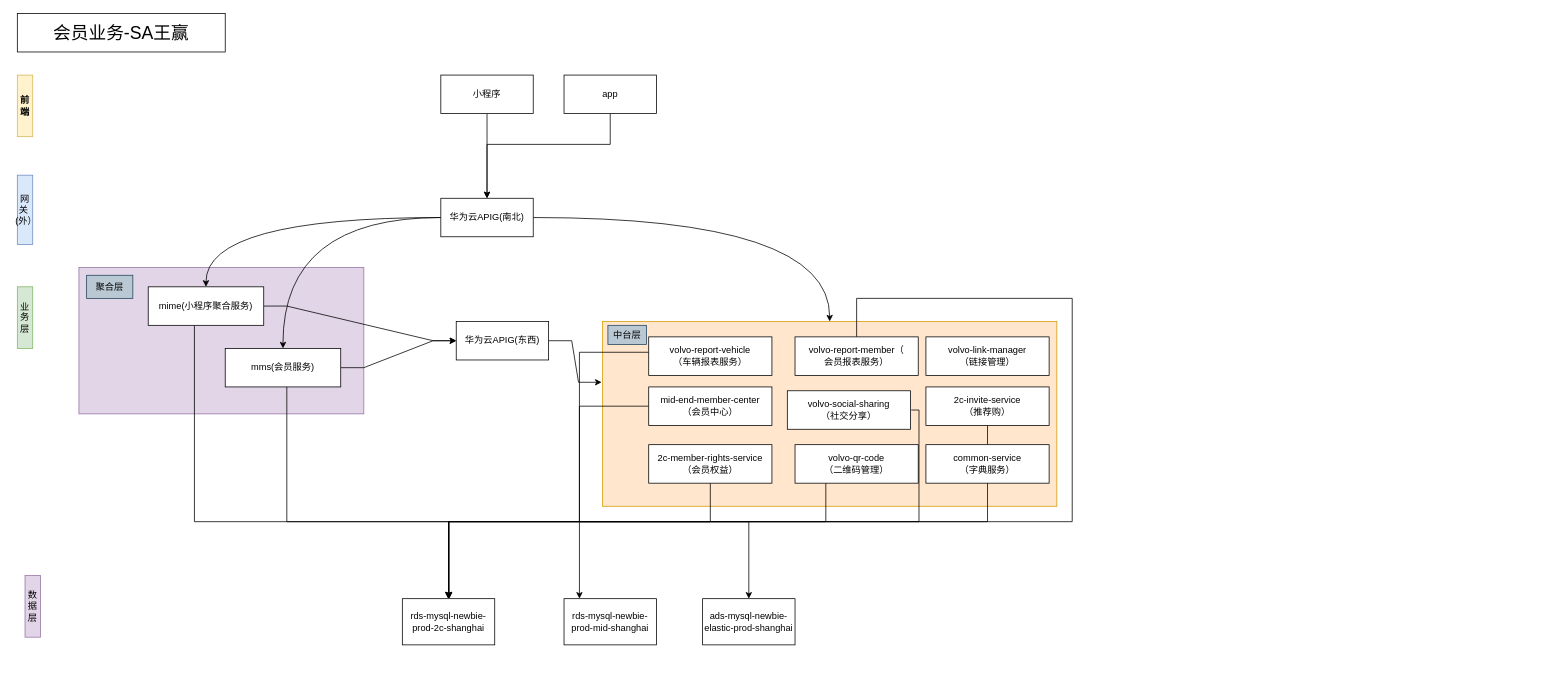
This is 会员业务架构.drawio from 463024907/draw.io, a draw.io file, before an edit. Source tidied: cells renumbered, new cells numbered last; positions are measured from the earlier drawing's top-left corner, leaving out a move shared by most shapes. Both pictures are drawn from the tidied source at 77%, with x=0, y=0 at pixel (17, 13).
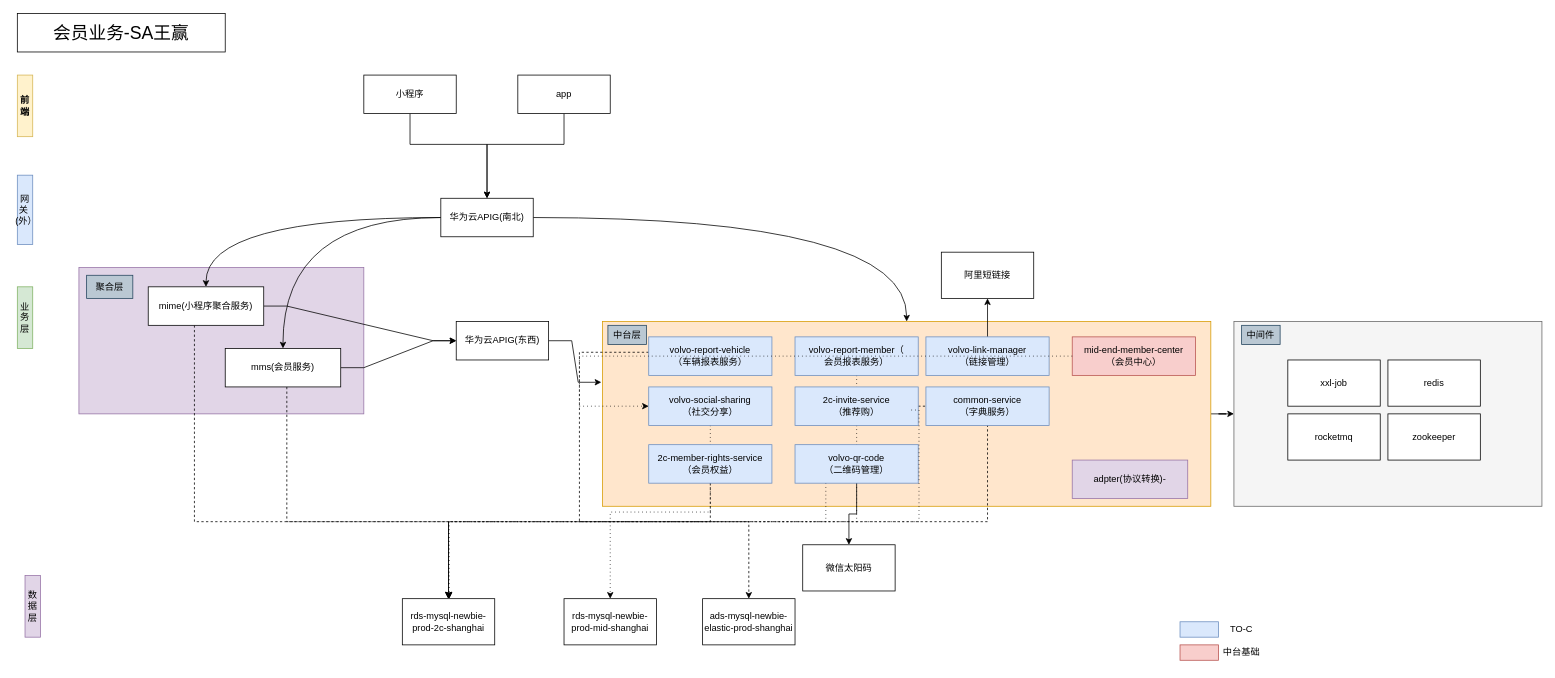
Above is the later version.

Commit message:
Update 会员业务架构.drawio

Unchanged cells that the change refers to:
```xml
<mxCell id="8" value="华为云APIG(南北)" style="rounded=0;whiteSpace=wrap;html=1;" parent="1" vertex="1">
  <mxGeometry x="550" y="240" width="120" height="50" as="geometry" />
</mxCell>
<mxCell id="14" value="mime(小程序聚合服务)" style="rounded=0;whiteSpace=wrap;html=1;" parent="1" vertex="1">
  <mxGeometry x="170" y="355" width="150" height="50" as="geometry" />
</mxCell>
<mxCell id="24" value="mms(会员服务)" style="rounded=0;whiteSpace=wrap;html=1;" parent="1" vertex="1">
  <mxGeometry x="270" y="435" width="150" height="50" as="geometry" />
</mxCell>
<mxCell id="25" value="rds-mysql-newbie-prod-2c-shanghai" style="rounded=0;whiteSpace=wrap;html=1;" parent="1" vertex="1">
  <mxGeometry x="500" y="760" width="120" height="60" as="geometry" />
</mxCell>
<mxCell id="41" value="rds-mysql-newbie-prod-mid-shanghai" style="rounded=0;whiteSpace=wrap;html=1;" parent="1" vertex="1">
  <mxGeometry x="710" y="760" width="120" height="60" as="geometry" />
</mxCell>
<mxCell id="42" value="ads-mysql-newbie-elastic-prod-shanghai" style="rounded=0;whiteSpace=wrap;html=1;" parent="1" vertex="1">
  <mxGeometry x="890" y="760" width="120" height="60" as="geometry" />
</mxCell>
```

Change to the diagram source:
```diff
@@
+    <mxCell id="46" style="rounded=0;whiteSpace=wrap;html=1;fillColor=#f5f5f5;strokeColor=#666666;fontColor=#333333;" parent="1" vertex="1">
+      <mxGeometry x="1580" y="400" width="400" height="240" as="geometry" />
+    </mxCell>
@@
+    <mxCell id="47" style="edgeStyle=orthogonalEdgeStyle;rounded=0;jettySize=auto;html=1;entryX=0;entryY=0.5;entryDx=0;entryDy=0;" parent="1" edge="1" source="3" target="46">
+      <mxGeometry relative="1" as="geometry" />
+    </mxCell>
     <mxCell id="3" style="rounded=0;whiteSpace=wrap;html=1;fillColor=#ffe6cc;strokeColor=#d79b00;" parent="1" vertex="1">
-      <mxGeometry x="760" y="400" width="590" height="240" as="geometry" />
+      <mxGeometry x="760" y="400" width="790" height="240" as="geometry" />
     </mxCell>
@@
-    <mxCell id="13" style="edgeStyle=orthogonalEdgeStyle;rounded=0;jettySize=auto;html=1;" parent="1" edge="1" source="14" target="25">
+    <mxCell id="13" style="edgeStyle=orthogonalEdgeStyle;rounded=0;jettySize=auto;html=1;dashed=1;" parent="1" edge="1" source="14" target="25">
       <mxGeometry relative="1" as="geometry">
         <Array as="points">
           <mxPoint x="230" y="660" />
           <mxPoint x="560" y="660" />
         </Array>
       </mxGeometry>
     </mxCell>
@@
     <mxCell id="15" style="edgeStyle=orthogonalEdgeStyle;rounded=0;jettySize=auto;html=1;" parent="1" edge="1" source="16" target="8">
-      <mxGeometry relative="1" as="geometry" />
+      <mxGeometry relative="1" as="geometry">
+        <Array as="points">
+          <mxPoint x="510" y="170" />
+          <mxPoint x="610" y="170" />
+        </Array>
+      </mxGeometry>
     </mxCell>
     <mxCell id="16" value="小程序" style="rounded=0;whiteSpace=wrap;html=1;" parent="1" vertex="1">
-      <mxGeometry x="550" y="80" width="120" height="50" as="geometry" />
+      <mxGeometry x="450" y="80" width="120" height="50" as="geometry" />
     </mxCell>
-    <mxCell id="17" style="edgeStyle=orthogonalEdgeStyle;rounded=0;jettySize=auto;html=1;entryX=0.5;entryY=0;entryDx=0;entryDy=0;" parent="1" edge="1" target="42">
+    <mxCell id="17" style="edgeStyle=orthogonalEdgeStyle;rounded=0;jettySize=auto;html=1;entryX=0.5;entryY=0;entryDx=0;entryDy=0;dashed=1;" parent="1" edge="1" target="42">
       <mxGeometry relative="1" as="geometry">
         <mxPoint x="820" y="440" as="sourcePoint" />
         <Array as="points">
           <mxPoint x="730" y="440" />
           <mxPoint x="730" y="660" />
           <mxPoint x="950" y="660" />
         </Array>
       </mxGeometry>
     </mxCell>
-    <mxCell id="18" value="volvo-report-vehicle&lt;br&gt;（车辆报表服务）" style="rounded=0;whiteSpace=wrap;html=1;" parent="1" vertex="1">
+    <mxCell id="18" value="volvo-report-vehicle&lt;br&gt;（车辆报表服务）" style="rounded=0;whiteSpace=wrap;html=1;fillColor=#dae8fc;strokeColor=#6c8ebf;" parent="1" vertex="1">
       <mxGeometry x="820" y="420" width="160" height="50" as="geometry" />
     </mxCell>
@@
-    <mxCell id="20" style="edgeStyle=orthogonalEdgeStyle;rounded=0;jettySize=auto;html=1;" parent="1" edge="1" source="21" target="25">
+    <mxCell id="20" style="edgeStyle=orthogonalEdgeStyle;rounded=0;jettySize=auto;html=1;dashed=1;dashPattern=1 4;" parent="1" edge="1" source="21" target="25">
       <mxGeometry relative="1" as="geometry">
         <Array as="points">
-          <mxPoint x="1090" y="370" />
-          <mxPoint x="1370" y="370" />
-          <mxPoint x="1370" y="660" />
+          <mxPoint x="1090" y="660" />
           <mxPoint x="560" y="660" />
         </Array>
       </mxGeometry>
     </mxCell>
-    <mxCell id="21" value="volvo-report-member（&lt;br&gt;会员报表服务）" style="rounded=0;whiteSpace=wrap;html=1;" parent="1" vertex="1">
+    <mxCell id="21" value="volvo-report-member（&lt;br&gt;会员报表服务）" style="rounded=0;whiteSpace=wrap;html=1;fillColor=#dae8fc;strokeColor=#6c8ebf;" parent="1" vertex="1">
       <mxGeometry x="1010" y="420" width="160" height="50" as="geometry" />
     </mxCell>
-    <mxCell id="22" style="edgeStyle=orthogonalEdgeStyle;rounded=0;jettySize=auto;html=1;" parent="1" edge="1" source="24" target="25">
+    <mxCell id="22" style="edgeStyle=orthogonalEdgeStyle;rounded=0;jettySize=auto;html=1;dashed=1;" parent="1" edge="1" source="24" target="25">
       <mxGeometry relative="1" as="geometry">
         <Array as="points">
           <mxPoint x="350" y="660" />
           <mxPoint x="560" y="660" />
         </Array>
       </mxGeometry>
     </mxCell>
@@
-    <mxCell id="26" style="edgeStyle=orthogonalEdgeStyle;rounded=0;jettySize=auto;html=1;" parent="1" edge="1" source="27" target="41">
-      <mxGeometry relative="1" as="geometry">
-        <Array as="points">
-          <mxPoint x="730" y="510" />
-        </Array>
-      </mxGeometry>
+    <mxCell id="26" style="edgeStyle=orthogonalEdgeStyle;rounded=0;jettySize=auto;html=1;dashed=1;dashPattern=1 4;" parent="1" edge="1" source="39" target="41">
+      <mxGeometry relative="1" as="geometry" />
     </mxCell>
-    <mxCell id="27" value="mid-end-member-center&lt;br&gt;（会员中心）" style="rounded=0;whiteSpace=wrap;html=1;" parent="1" vertex="1">
-      <mxGeometry x="820" y="485" width="160" height="50" as="geometry" />
+    <mxCell id="27" value="mid-end-member-center&lt;br&gt;（会员中心）" style="rounded=0;whiteSpace=wrap;html=1;fillColor=#f8cecc;strokeColor=#b85450;" parent="1" vertex="1">
+      <mxGeometry x="1370" y="420" width="160" height="50" as="geometry" />
     </mxCell>
@@
-    <mxCell id="31" style="edgeStyle=orthogonalEdgeStyle;rounded=0;jettySize=auto;html=1;entryX=0.5;entryY=0;entryDx=0;entryDy=0;" parent="1" edge="1" source="32" target="25">
+    <mxCell id="31" style="edgeStyle=orthogonalEdgeStyle;rounded=0;jettySize=auto;html=1;entryX=0.5;entryY=0;entryDx=0;entryDy=0;dashed=1;dashPattern=1 4;" parent="1" edge="1" source="32" target="25">
       <mxGeometry relative="1" as="geometry">
         <Array as="points">
           <mxPoint x="1050" y="660" />
           <mxPoint x="560" y="660" />
         </Array>
       </mxGeometry>
     </mxCell>
+    <mxCell id="48" style="edgeStyle=orthogonalEdgeStyle;rounded=0;jettySize=auto;html=1;" parent="1" edge="1" source="32" target="51">
+      <mxGeometry relative="1" as="geometry" />
+    </mxCell>
-    <mxCell id="32" value="volvo-qr-code&lt;br&gt;（二维码管理）" style="rounded=0;whiteSpace=wrap;html=1;" parent="1" vertex="1">
+    <mxCell id="32" value="volvo-qr-code&lt;br&gt;（二维码管理）" style="rounded=0;whiteSpace=wrap;html=1;fillColor=#dae8fc;strokeColor=#6c8ebf;" parent="1" vertex="1">
       <mxGeometry x="1010" y="560" width="160" height="50" as="geometry" />
     </mxCell>
+    <mxCell id="49" style="edgeStyle=orthogonalEdgeStyle;rounded=0;jettySize=auto;html=1;" parent="1" edge="1" source="33" target="52">
+      <mxGeometry relative="1" as="geometry" />
+    </mxCell>
-    <mxCell id="33" value="volvo-link-manager&lt;br&gt;（链接管理）" style="rounded=0;whiteSpace=wrap;html=1;" parent="1" vertex="1">
+    <mxCell id="33" value="volvo-link-manager&lt;br&gt;（链接管理）" style="rounded=0;whiteSpace=wrap;html=1;fillColor=#dae8fc;strokeColor=#6c8ebf;" parent="1" vertex="1">
       <mxGeometry x="1180" y="420" width="160" height="50" as="geometry" />
     </mxCell>
-    <mxCell id="34" style="edgeStyle=orthogonalEdgeStyle;rounded=0;jettySize=auto;html=1;" parent="1" edge="1" source="35" target="25">
+    <mxCell id="34" style="edgeStyle=orthogonalEdgeStyle;rounded=0;jettySize=auto;html=1;dashed=1;" parent="1" edge="1" source="35" target="25">
       <mxGeometry relative="1" as="geometry">
         <Array as="points">
           <mxPoint x="1260" y="660" />
           <mxPoint x="560" y="660" />
         </Array>
       </mxGeometry>
     </mxCell>
-    <mxCell id="35" value="2c-invite-service&lt;br&gt;（推荐购）" style="rounded=0;whiteSpace=wrap;html=1;" parent="1" vertex="1">
-      <mxGeometry x="1180" y="485" width="160" height="50" as="geometry" />
+    <mxCell id="35" value="2c-invite-service&lt;br&gt;（推荐购）" style="rounded=0;whiteSpace=wrap;html=1;fillColor=#dae8fc;strokeColor=#6c8ebf;" parent="1" vertex="1">
+      <mxGeometry x="1010" y="485" width="160" height="50" as="geometry" />
     </mxCell>
-    <mxCell id="36" style="edgeStyle=orthogonalEdgeStyle;rounded=0;jettySize=auto;html=1;" parent="1" edge="1" source="37" target="25">
+    <mxCell id="36" style="edgeStyle=orthogonalEdgeStyle;rounded=0;jettySize=auto;html=1;dashed=1;" parent="1" edge="1" source="37" target="25">
       <mxGeometry relative="1" as="geometry">
         <Array as="points">
           <mxPoint x="900" y="660" />
           <mxPoint x="560" y="660" />
         </Array>
       </mxGeometry>
     </mxCell>
-    <mxCell id="37" value="2c-member-rights-service（会员权益）" style="rounded=0;whiteSpace=wrap;html=1;" parent="1" vertex="1">
+    <mxCell id="37" value="2c-member-rights-service（会员权益）" style="rounded=0;whiteSpace=wrap;html=1;fillColor=#dae8fc;strokeColor=#6c8ebf;" parent="1" vertex="1">
       <mxGeometry x="820" y="560" width="160" height="50" as="geometry" />
     </mxCell>
-    <mxCell id="38" style="edgeStyle=orthogonalEdgeStyle;rounded=0;orthogonalLoop=1;jettySize=auto;html=1;" parent="1" edge="1">
+    <mxCell id="38" style="edgeStyle=orthogonalEdgeStyle;rounded=0;orthogonalLoop=1;jettySize=auto;html=1;dashed=1;dashPattern=1 4;" parent="1" edge="1">
       <mxGeometry relative="1" as="geometry">
         <mxPoint x="1161" y="515" as="sourcePoint" />
         <mxPoint x="561" y="760" as="targetPoint" />
         <Array as="points">
           <mxPoint x="1171" y="515" />
           <mxPoint x="1171" y="660" />
           <mxPoint x="561" y="660" />
         </Array>
       </mxGeometry>
     </mxCell>
-    <mxCell id="39" value="volvo-social-sharing&lt;br&gt;（社交分享）" style="rounded=0;whiteSpace=wrap;html=1;" parent="1" vertex="1">
-      <mxGeometry x="1000" y="490" width="160" height="50" as="geometry" />
-    </mxCell>
-    <mxCell id="40" value="common-service&lt;br&gt;（字典服务）" style="rounded=0;whiteSpace=wrap;html=1;" parent="1" vertex="1">
-      <mxGeometry x="1180" y="560" width="160" height="50" as="geometry" />
+    <mxCell id="40" value="common-service&lt;br&gt;（字典服务）" style="rounded=0;whiteSpace=wrap;html=1;fillColor=#dae8fc;strokeColor=#6c8ebf;" parent="1" vertex="1">
+      <mxGeometry x="1180" y="485" width="160" height="50" as="geometry" />
     </mxCell>
@@
     <mxCell id="44" style="edgeStyle=orthogonalEdgeStyle;rounded=0;jettySize=auto;html=1;entryX=0.5;entryY=0;entryDx=0;entryDy=0;" parent="1" edge="1" source="45" target="8">
       <mxGeometry relative="1" as="geometry">
         <Array as="points">
-          <mxPoint x="770" y="170" />
+          <mxPoint x="710" y="170" />
           <mxPoint x="610" y="170" />
         </Array>
       </mxGeometry>
     </mxCell>
     <mxCell id="45" value="app" style="rounded=0;whiteSpace=wrap;html=1;" parent="1" vertex="1">
-      <mxGeometry x="710" y="80" width="120" height="50" as="geometry" />
+      <mxGeometry x="650" y="80" width="120" height="50" as="geometry" />
     </mxCell>
+    <mxCell id="50" value="adpter(协议转换)-" style="rounded=0;whiteSpace=wrap;html=1;fillColor=#e1d5e7;strokeColor=#9673a6;" parent="1" vertex="1">
+      <mxGeometry x="1370" y="580" width="150" height="50" as="geometry" />
+    </mxCell>
+    <mxCell id="51" value="微信太阳码" style="rounded=0;whiteSpace=wrap;html=1;" parent="1" vertex="1">
+      <mxGeometry x="1020" y="690" width="120" height="60" as="geometry" />
+    </mxCell>
+    <mxCell id="52" value="阿里短链接" style="rounded=0;whiteSpace=wrap;html=1;" parent="1" vertex="1">
+      <mxGeometry x="1200" y="310" width="120" height="60" as="geometry" />
+    </mxCell>
+    <mxCell id="53" value="xxl-job" style="rounded=0;whiteSpace=wrap;html=1;" parent="1" vertex="1">
+      <mxGeometry x="1650" y="450" width="120" height="60" as="geometry" />
+    </mxCell>
+    <mxCell id="54" value="rocketmq" style="rounded=0;whiteSpace=wrap;html=1;" parent="1" vertex="1">
+      <mxGeometry x="1650" y="520" width="120" height="60" as="geometry" />
+    </mxCell>
+    <mxCell id="55" value="zookeeper" style="rounded=0;whiteSpace=wrap;html=1;" parent="1" vertex="1">
+      <mxGeometry x="1780" y="520" width="120" height="60" as="geometry" />
+    </mxCell>
+    <mxCell id="56" value="redis" style="rounded=0;whiteSpace=wrap;html=1;" parent="1" vertex="1">
+      <mxGeometry x="1780" y="450" width="120" height="60" as="geometry" />
+    </mxCell>
+    <mxCell id="57" style="edgeStyle=orthogonalEdgeStyle;rounded=0;jettySize=auto;html=1;dashed=1;dashPattern=1 4;" parent="1" edge="1" source="27" target="39">
+      <mxGeometry relative="1" as="geometry">
+        <Array as="points">
+          <mxPoint x="730" y="510" />
+        </Array>
+      </mxGeometry>
+    </mxCell>
+    <mxCell id="39" value="volvo-social-sharing&lt;br&gt;（社交分享）" style="rounded=0;whiteSpace=wrap;html=1;fillColor=#dae8fc;strokeColor=#6c8ebf;" parent="1" vertex="1">
+      <mxGeometry x="820" y="485" width="160" height="50" as="geometry" />
+    </mxCell>
+    <mxCell id="58" value="中间件" style="rounded=0;whiteSpace=wrap;html=1;fillColor=#bac8d3;strokeColor=#23445d;" parent="1" vertex="1">
+      <mxGeometry x="1590" y="405" width="50" height="25" as="geometry" />
+    </mxCell>
+    <mxCell id="59" style="rounded=0;whiteSpace=wrap;html=1;fillColor=#dae8fc;strokeColor=#6c8ebf;" parent="1" vertex="1">
+      <mxGeometry x="1510" y="790" width="50" height="20" as="geometry" />
+    </mxCell>
+    <mxCell id="60" style="rounded=0;whiteSpace=wrap;html=1;fillColor=#f8cecc;strokeColor=#b85450;" parent="1" vertex="1">
+      <mxGeometry x="1510" y="820" width="50" height="20" as="geometry" />
+    </mxCell>
+    <mxCell id="61" value="TO-C" style="text;html=1;strokeColor=none;fillColor=none;align=center;verticalAlign=middle;whiteSpace=wrap;rounded=0;" parent="1" vertex="1">
+      <mxGeometry x="1560" y="785" width="60" height="30" as="geometry" />
+    </mxCell>
+    <mxCell id="62" value="中台基础" style="text;html=1;strokeColor=none;fillColor=none;align=center;verticalAlign=middle;whiteSpace=wrap;rounded=0;" parent="1" vertex="1">
+      <mxGeometry x="1560" y="815" width="60" height="30" as="geometry" />
+    </mxCell>
```
